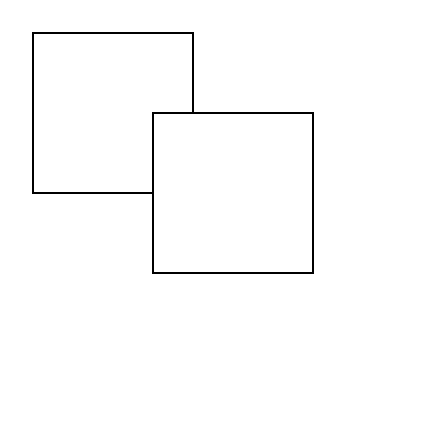
The draw.io diagram Unbenanntes Diagramm.drawio in Foreversun87/drawIO, before the edit. Source tidied: cells renumbered, new cells numbered last; positions are measured from the earlier drawing's top-left corner, leaving out a move shared by most shapes. Both pictures are drawn from the tidied source at 200%, with x=0, y=0 at pixel (32, 32).
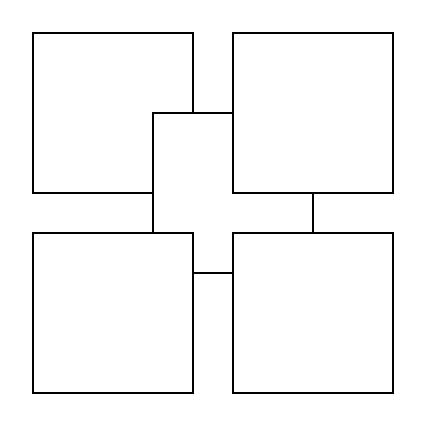
After the change.

The edit, as a diff of the source:
```diff
@@
 <mxGraphModel>
   <root>
     <mxCell id="0" />
     <mxCell id="1" parent="0" />
     <mxCell id="2" style="whiteSpace=wrap;html=1;" parent="1" vertex="1">
       <mxGeometry width="80" height="80" as="geometry" />
     </mxCell>
     <mxCell id="3" style="whiteSpace=wrap;html=1;" parent="1" vertex="1">
       <mxGeometry x="60" y="40" width="80" height="80" as="geometry" />
     </mxCell>
+    <mxCell id="4" style="whiteSpace=wrap;html=1;" parent="1" vertex="1">
+      <mxGeometry x="100" width="80" height="80" as="geometry" />
+    </mxCell>
+    <mxCell id="5" style="whiteSpace=wrap;html=1;" parent="1" vertex="1">
+      <mxGeometry x="100" y="100" width="80" height="80" as="geometry" />
+    </mxCell>
+    <mxCell id="6" style="whiteSpace=wrap;html=1;" parent="1" vertex="1">
+      <mxGeometry y="100" width="80" height="80" as="geometry" />
+    </mxCell>
   </root>
 </mxGraphModel>
```
